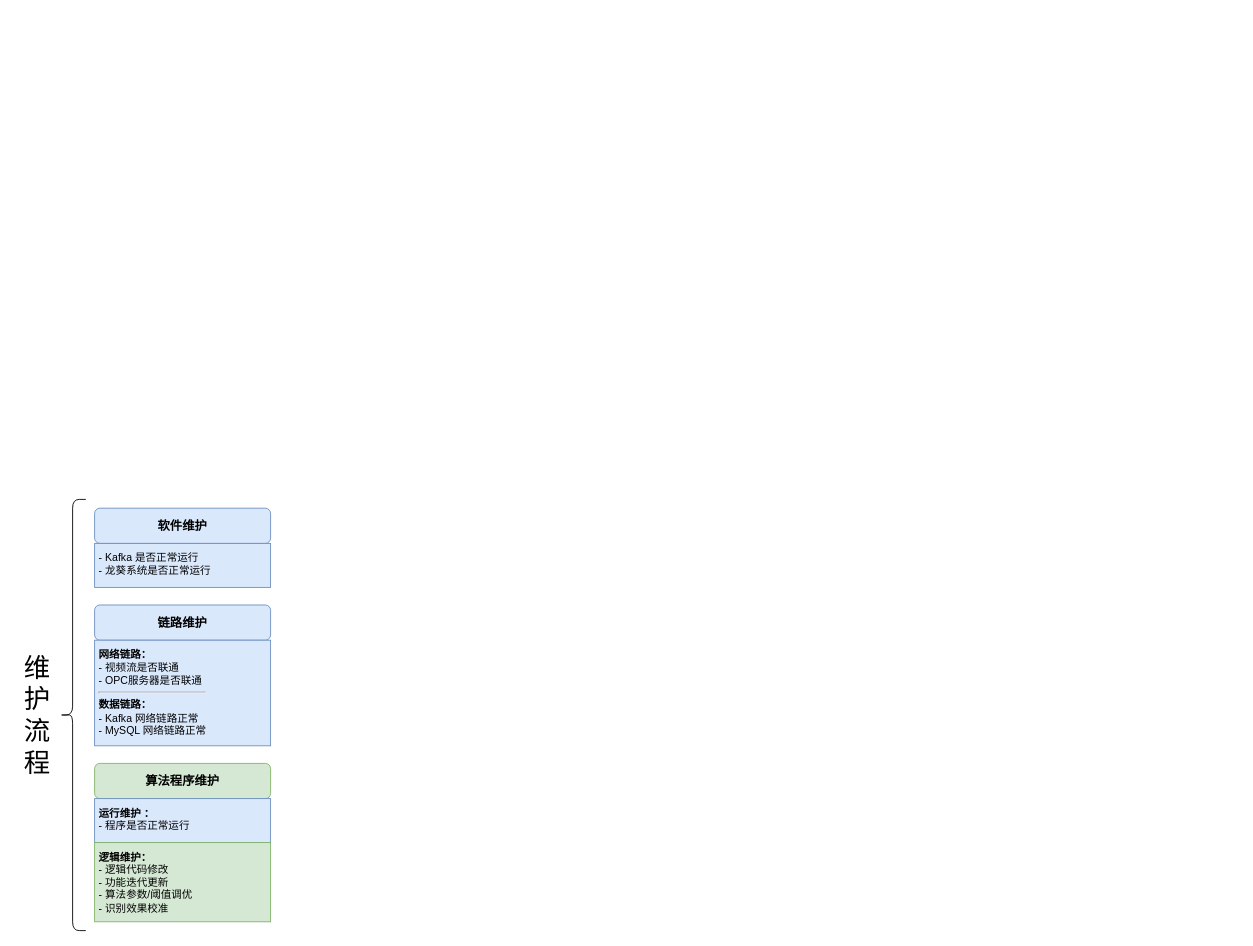
729973389/picture keeps this draw.io diagram as 实施流程图1.drawio. Above is the earlier version. Source tidied: cells renumbered, new cells numbered last; positions are measured from the earlier drawing's top-left corner, leaving out a move shared by most shapes. Both pictures are drawn from the tidied source at 88%, with x=0, y=0 at pixel (24, 499).
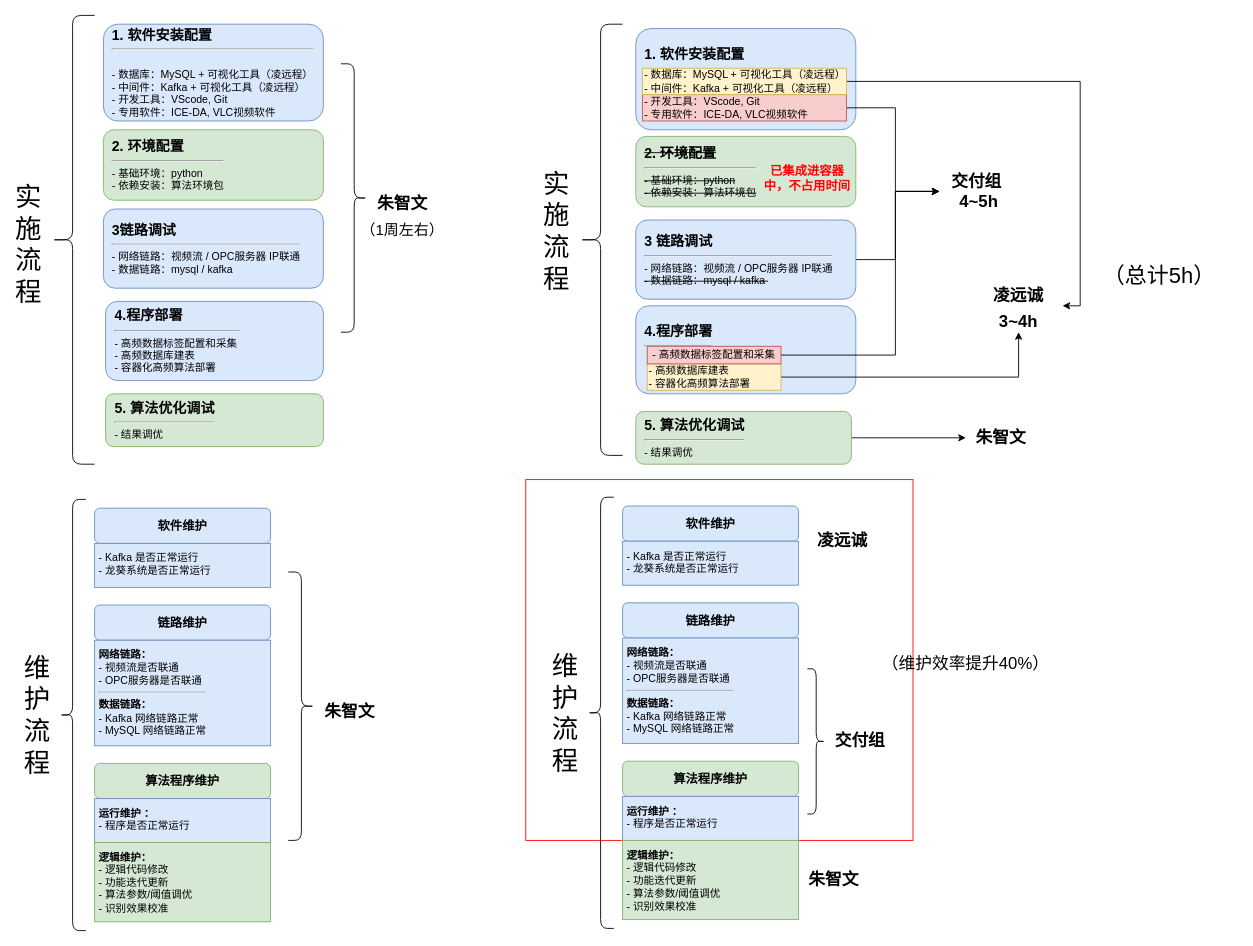
Above is the later version.

Commit message:
更新实施流程图1.drawio

The edit, as a diff of the source:
```diff
@@
+    <mxCell id="11" value="&lt;b&gt;&lt;font style=&quot;font-size: 16px;&quot;&gt;1. 软件安装配置&lt;/font&gt;&lt;/b&gt;&lt;br&gt;&lt;hr&gt;&lt;br&gt;&lt;br&gt;&lt;div&gt;&lt;br&gt;&lt;/div&gt;" style="rounded=1;whiteSpace=wrap;html=1;align=left;spacing=10;fillColor=#dae8fc;strokeColor=#6c8ebf;" parent="1" vertex="1">
+      <mxGeometry x="695" y="-535" width="250" height="115" as="geometry" />
+    </mxCell>
+    <mxCell id="12" value="&lt;strike&gt;&lt;b&gt;&lt;font style=&quot;font-size: 16px;&quot;&gt;2. 环境配置&lt;/font&gt;&lt;/b&gt;&lt;br&gt;&lt;/strike&gt;&lt;hr&gt;&lt;strike&gt;- 基础环境：python&lt;br&gt;- 依赖安装：算法环境包&lt;/strike&gt;" style="rounded=1;whiteSpace=wrap;html=1;align=left;spacing=10;fillColor=#d5e8d4;strokeColor=#82b366;" parent="1" vertex="1">
+      <mxGeometry x="695" y="-412.5" width="250" height="80" as="geometry" />
+    </mxCell>
+    <mxCell id="13" style="edgeStyle=orthogonalEdgeStyle;rounded=0;jettySize=auto;html=1;entryX=0;entryY=0.5;entryDx=0;entryDy=0;" parent="1" edge="1" source="14" target="20">
+      <mxGeometry relative="1" as="geometry">
+        <Array as="points">
+          <mxPoint x="990" y="-272" />
+          <mxPoint x="990" y="-350" />
+        </Array>
+      </mxGeometry>
+    </mxCell>
+    <mxCell id="14" value="&lt;b&gt;&lt;font style=&quot;font-size: 16px;&quot;&gt;3 链路调试&lt;/font&gt;&lt;/b&gt;&lt;br&gt;&lt;hr&gt;- 网络链路：视频流 / OPC服务器 IP联通&lt;div&gt;&lt;strike&gt;- 数据链路：mysql / kafka&amp;nbsp;&lt;/strike&gt;&lt;/div&gt;" style="rounded=1;whiteSpace=wrap;html=1;align=left;spacing=10;fillColor=#dae8fc;strokeColor=#6c8ebf;" parent="1" vertex="1">
+      <mxGeometry x="695" y="-317.5" width="250" height="90" as="geometry" />
+    </mxCell>
+    <mxCell id="15" value="&lt;b&gt;&lt;font style=&quot;font-size: 16px;&quot;&gt;4.程序部署&lt;/font&gt;&lt;/b&gt;&lt;br&gt;&lt;hr&gt;&amp;nbsp;&lt;br&gt;&lt;div&gt;&lt;span style=&quot;background-color: transparent; color: light-dark(rgb(0, 0, 0), rgb(255, 255, 255));&quot;&gt;&amp;nbsp;&lt;/span&gt;&lt;/div&gt;" style="rounded=1;whiteSpace=wrap;html=1;align=left;spacing=10;fillColor=#dae8fc;strokeColor=#6c8ebf;" parent="1" vertex="1">
+      <mxGeometry x="695" y="-220" width="250" height="100" as="geometry" />
+    </mxCell>
+    <mxCell id="16" style="edgeStyle=orthogonalEdgeStyle;rounded=0;jettySize=auto;html=1;entryX=0;entryY=0.5;entryDx=0;entryDy=0;" parent="1" edge="1" source="17" target="21">
+      <mxGeometry relative="1" as="geometry" />
+    </mxCell>
+    <mxCell id="17" value="&lt;b&gt;&lt;font style=&quot;font-size: 16px;&quot;&gt;5. 算法优化调试&lt;/font&gt;&lt;/b&gt;&lt;br&gt;&lt;hr&gt;- 结果调优" style="rounded=1;whiteSpace=wrap;html=1;align=left;spacing=10;fillColor=#d5e8d4;strokeColor=#82b366;" parent="1" vertex="1">
+      <mxGeometry x="695" y="-100" width="245" height="60" as="geometry" />
+    </mxCell>
+    <mxCell id="18" style="shape=curlyBracket;whiteSpace=wrap;html=1;rounded=1;labelPosition=left;verticalLabelPosition=middle;align=right;verticalAlign=middle;" parent="1" vertex="1">
+      <mxGeometry x="630" y="-540" width="50" height="490" as="geometry" />
+    </mxCell>
+    <mxCell id="19" value="&lt;font style=&quot;font-size: 30px;&quot;&gt;实施流程&lt;/font&gt;" style="text;html=1;whiteSpace=wrap;strokeColor=none;fillColor=none;align=center;verticalAlign=middle;rounded=0;" parent="1" vertex="1">
+      <mxGeometry x="590" y="-390" width="30" height="170" as="geometry" />
+    </mxCell>
+    <mxCell id="20" value="&lt;span style=&quot;font-size: 19px;&quot;&gt;&lt;b&gt;交付组&amp;nbsp; 4~5h&lt;/b&gt;&lt;/span&gt;" style="text;html=1;whiteSpace=wrap;strokeColor=none;fillColor=none;align=center;verticalAlign=middle;rounded=0;" parent="1" vertex="1">
+      <mxGeometry x="1040" y="-390" width="90" height="80" as="geometry" />
+    </mxCell>
+    <mxCell id="21" value="&lt;span style=&quot;font-size: 19px;&quot;&gt;&lt;b&gt;朱智文&lt;/b&gt;&lt;/span&gt;" style="text;html=1;whiteSpace=wrap;strokeColor=none;fillColor=none;align=center;verticalAlign=middle;rounded=0;" parent="1" vertex="1">
+      <mxGeometry x="1070" y="-110" width="80" height="80" as="geometry" />
+    </mxCell>
+    <mxCell id="22" value="&lt;b style=&quot;font-size: 12px;&quot;&gt;&lt;font style=&quot;font-size: 19px;&quot;&gt;凌远诚&lt;/font&gt;&lt;/b&gt;&lt;div&gt;&lt;b style=&quot;font-size: 12px;&quot;&gt;&lt;font style=&quot;font-size: 19px;&quot;&gt;3~4h&lt;/font&gt;&lt;/b&gt;&lt;/div&gt;" style="text;html=1;whiteSpace=wrap;strokeColor=none;fillColor=none;align=center;verticalAlign=middle;rounded=0;fontSize=25;" parent="1" vertex="1">
+      <mxGeometry x="1080" y="-250" width="100" height="60" as="geometry" />
+    </mxCell>
+    <mxCell id="23" style="edgeStyle=orthogonalEdgeStyle;rounded=0;jettySize=auto;html=1;entryX=1;entryY=0.5;entryDx=0;entryDy=0;exitX=1;exitY=0.5;exitDx=0;exitDy=0;" parent="1" edge="1" source="59" target="22">
+      <mxGeometry relative="1" as="geometry" />
+    </mxCell>
+    <mxCell id="24" style="edgeStyle=orthogonalEdgeStyle;rounded=0;jettySize=auto;html=1;entryX=0.5;entryY=1;entryDx=0;entryDy=0;exitX=1;exitY=0.5;exitDx=0;exitDy=0;" parent="1" edge="1" source="55" target="22">
+      <mxGeometry relative="1" as="geometry">
+        <Array as="points">
+          <mxPoint x="1130" y="-139" />
+        </Array>
+      </mxGeometry>
+    </mxCell>
+    <mxCell id="25" value="&lt;b style=&quot;&quot;&gt;&lt;font style=&quot;font-size: 14px; color: rgb(255, 0, 0);&quot;&gt;已集成进容器中，不占用时间&lt;/font&gt;&lt;/b&gt;" style="text;html=1;whiteSpace=wrap;strokeColor=none;fillColor=none;align=center;verticalAlign=middle;rounded=0;" parent="1" vertex="1">
+      <mxGeometry x="840" y="-405" width="100" height="80" as="geometry" />
+    </mxCell>
+    <mxCell id="26" value="&lt;b&gt;&lt;font style=&quot;font-size: 16px;&quot;&gt;1. 软件安装配置&lt;/font&gt;&lt;/b&gt;&lt;br&gt;&lt;hr&gt;&lt;br&gt;- 数据库：MySQL + 可视化工具（凌远程）&lt;br&gt;- 中间件：Kafka + 可视化工具（凌远程）&lt;div&gt;- 开发工具：VScode, Git&lt;br&gt;- 专用软件：ICE-DA, VLC视频软件&lt;/div&gt;" style="rounded=1;whiteSpace=wrap;html=1;align=left;spacing=10;fillColor=#dae8fc;strokeColor=#6c8ebf;" parent="1" vertex="1">
+      <mxGeometry x="90" y="-540" width="250" height="110" as="geometry" />
+    </mxCell>
+    <mxCell id="27" value="&lt;b&gt;&lt;font style=&quot;font-size: 16px;&quot;&gt;2. 环境配置&lt;/font&gt;&lt;/b&gt;&lt;br&gt;&lt;hr&gt;- 基础环境：python&lt;br&gt;- 依赖安装：算法环境包" style="rounded=1;whiteSpace=wrap;html=1;align=left;spacing=10;fillColor=#d5e8d4;strokeColor=#82b366;" parent="1" vertex="1">
+      <mxGeometry x="90" y="-420" width="250" height="80" as="geometry" />
+    </mxCell>
+    <mxCell id="28" value="&lt;b&gt;&lt;font style=&quot;font-size: 16px;&quot;&gt;3链路调试&lt;/font&gt;&lt;/b&gt;&lt;br&gt;&lt;hr&gt;- 网络链路：视频流 / OPC服务器 IP联通&lt;div&gt;- 数据链路：mysql / kafka&amp;nbsp;&lt;/div&gt;" style="rounded=1;whiteSpace=wrap;html=1;align=left;spacing=10;fillColor=#dae8fc;strokeColor=#6c8ebf;" parent="1" vertex="1">
+      <mxGeometry x="90" y="-330" width="250" height="90" as="geometry" />
+    </mxCell>
+    <mxCell id="29" value="&lt;b&gt;&lt;font style=&quot;font-size: 16px;&quot;&gt;4.程序部署&lt;/font&gt;&lt;/b&gt;&lt;br&gt;&lt;hr&gt;- 高频数据标签配置和采集&amp;nbsp;&lt;br&gt;&lt;div&gt;- 高频数据库建表&amp;nbsp; &amp;nbsp;&lt;br&gt;-&amp;nbsp;&lt;span style=&quot;background-color: transparent; color: light-dark(rgb(0, 0, 0), rgb(255, 255, 255));&quot;&gt;容器化&lt;/span&gt;&lt;span style=&quot;background-color: transparent; color: light-dark(rgb(0, 0, 0), rgb(255, 255, 255));&quot;&gt;高频算法部署&amp;nbsp;&amp;nbsp;&lt;/span&gt;&lt;/div&gt;" style="rounded=1;whiteSpace=wrap;html=1;align=left;spacing=10;fillColor=#dae8fc;strokeColor=#6c8ebf;" parent="1" vertex="1">
+      <mxGeometry x="92.5" y="-225" width="247.5" height="90" as="geometry" />
+    </mxCell>
+    <mxCell id="30" value="&lt;b&gt;&lt;font style=&quot;font-size: 16px;&quot;&gt;5. 算法优化调试&lt;/font&gt;&lt;/b&gt;&lt;br&gt;&lt;hr&gt;- 结果调优" style="rounded=1;whiteSpace=wrap;html=1;align=left;spacing=10;fillColor=#d5e8d4;strokeColor=#82b366;" parent="1" vertex="1">
+      <mxGeometry x="92.5" y="-120" width="247.5" height="60" as="geometry" />
+    </mxCell>
+    <mxCell id="31" style="shape=curlyBracket;whiteSpace=wrap;html=1;rounded=1;labelPosition=left;verticalLabelPosition=middle;align=right;verticalAlign=middle;" parent="1" vertex="1">
+      <mxGeometry x="30" y="-550" width="50" height="510" as="geometry" />
+    </mxCell>
+    <mxCell id="32" value="&lt;font style=&quot;font-size: 30px;&quot;&gt;实施流程&lt;/font&gt;" style="text;html=1;whiteSpace=wrap;strokeColor=none;fillColor=none;align=center;verticalAlign=middle;rounded=0;" parent="1" vertex="1">
+      <mxGeometry x="-10" y="-375" width="30" height="170" as="geometry" />
+    </mxCell>
+    <mxCell id="33" style="shape=curlyBracket;whiteSpace=wrap;html=1;rounded=1;flipH=1;labelPosition=right;verticalLabelPosition=middle;align=left;verticalAlign=middle;legacyAnchorPoints=0;" parent="1" vertex="1">
+      <mxGeometry x="300" y="82.5" width="30" height="305" as="geometry" />
+    </mxCell>
+    <mxCell id="34" value="&lt;span style=&quot;font-size: 19px;&quot;&gt;&lt;b&gt;朱智文&lt;/b&gt;&lt;/span&gt;&lt;div&gt;&lt;br&gt;&lt;/div&gt;" style="text;html=1;whiteSpace=wrap;strokeColor=none;fillColor=none;align=center;verticalAlign=middle;rounded=0;" parent="1" vertex="1">
+      <mxGeometry x="330" y="227.5" width="80" height="42.5" as="geometry" />
+    </mxCell>
+    <mxCell id="35" value="&lt;font&gt;（总计5h）&lt;/font&gt;" style="text;html=1;whiteSpace=wrap;strokeColor=none;fillColor=none;align=center;verticalAlign=middle;rounded=0;fontSize=25;" parent="1" vertex="1">
+      <mxGeometry x="1200" y="-282.5" width="180" height="55" as="geometry" />
+    </mxCell>
+    <mxCell id="36" style="rounded=0;whiteSpace=wrap;html=1;fillStyle=auto;fillColor=none;strokeColor=#FF0000;" parent="1" vertex="1">
+      <mxGeometry x="570" y="-22.5" width="440" height="410" as="geometry" />
+    </mxCell>
+    <mxCell id="37" value="软件维护" style="rounded=1;whiteSpace=wrap;html=1;fontStyle=1;fontSize=14;fillColor=#dae8fc;strokeColor=#6c8ebf;" parent="1" vertex="1">
+      <mxGeometry x="680" y="7.5" width="200" height="40" as="geometry" />
+    </mxCell>
+    <mxCell id="38" value="- Kafka 是否正常运行&lt;br&gt;- 龙葵系统是否正常运行" style="text;html=1;align=left;verticalAlign=top;whiteSpace=wrap;rounded=0;spacing=5;fillColor=#dae8fc;strokeColor=#6c8ebf;" parent="1" vertex="1">
+      <mxGeometry x="680" y="47.5" width="200" height="50" as="geometry" />
+    </mxCell>
+    <mxCell id="39" value="链路维护" style="rounded=1;whiteSpace=wrap;html=1;fontStyle=1;fontSize=14;fillColor=#dae8fc;strokeColor=#6c8ebf;" parent="1" vertex="1">
+      <mxGeometry x="680" y="117.5" width="200" height="40" as="geometry" />
+    </mxCell>
+    <mxCell id="40" value="&lt;b&gt;网络链路：&lt;/b&gt;&lt;br&gt;- 视频流是否联通&lt;br&gt;- OPC服务器是否联通&lt;br&gt;&lt;hr&gt;&lt;b&gt;数据链路：&lt;/b&gt;&lt;br&gt;- Kafka 网络链路正常&lt;br&gt;- MySQL 网络链路正常" style="text;html=1;align=left;verticalAlign=top;whiteSpace=wrap;rounded=0;spacing=5;fillColor=#dae8fc;strokeColor=#6c8ebf;" parent="1" vertex="1">
+      <mxGeometry x="680" y="157.5" width="200" height="120" as="geometry" />
+    </mxCell>
+    <mxCell id="41" value="算法程序维护" style="rounded=1;whiteSpace=wrap;html=1;fillColor=#d5e8d4;strokeColor=#82b366;fontStyle=1;fontSize=14;" parent="1" vertex="1">
+      <mxGeometry x="680" y="297.5" width="200" height="40" as="geometry" />
+    </mxCell>
+    <mxCell id="42" value="&lt;b&gt;运行维护 ：&lt;/b&gt;&lt;br&gt;- 程序是否正常运行" style="text;html=1;strokeColor=#6c8ebf;fillColor=#dae8fc;align=left;verticalAlign=top;whiteSpace=wrap;rounded=0;spacing=5;" parent="1" vertex="1">
+      <mxGeometry x="680" y="337.5" width="200" height="50" as="geometry" />
+    </mxCell>
+    <mxCell id="43" value="&lt;div&gt;&lt;b style=&quot;background-color: transparent; color: light-dark(rgb(0, 0, 0), rgb(255, 255, 255));&quot;&gt;逻辑维护：&lt;/b&gt;&lt;/div&gt;&lt;div&gt;- 逻辑代码修改&lt;/div&gt;&lt;div&gt;- 功能迭代更新&lt;/div&gt;&lt;div&gt;- 算法参数/阈值调优&lt;/div&gt;&lt;div&gt;- 识别效果校准&lt;/div&gt;" style="text;html=1;strokeColor=#82b366;fillColor=#d5e8d4;align=left;verticalAlign=top;whiteSpace=wrap;rounded=0;spacing=5;" parent="1" vertex="1">
+      <mxGeometry x="680" y="387.5" width="200" height="90" as="geometry" />
+    </mxCell>
+    <mxCell id="44" style="shape=curlyBracket;whiteSpace=wrap;html=1;rounded=1;labelPosition=left;verticalLabelPosition=middle;align=right;verticalAlign=middle;" parent="1" vertex="1">
+      <mxGeometry x="640" y="-2.5" width="30" height="490" as="geometry" />
+    </mxCell>
+    <mxCell id="45" value="&lt;font style=&quot;font-size: 30px;&quot;&gt;维护流程&lt;/font&gt;" style="text;html=1;whiteSpace=wrap;strokeColor=none;fillColor=none;align=center;verticalAlign=middle;rounded=0;" parent="1" vertex="1">
+      <mxGeometry x="600" y="137.5" width="30" height="210" as="geometry" />
+    </mxCell>
+    <mxCell id="46" value="&lt;b&gt;&lt;font style=&quot;font-size: 19px;&quot;&gt;凌远诚&lt;/font&gt;&lt;/b&gt;" style="text;html=1;whiteSpace=wrap;strokeColor=none;fillColor=none;align=center;verticalAlign=middle;rounded=0;" parent="1" vertex="1">
+      <mxGeometry x="840" y="7.5" width="180" height="80" as="geometry" />
+    </mxCell>
+    <mxCell id="47" value="&lt;span style=&quot;font-size: 19px;&quot;&gt;&lt;b&gt;交付组&lt;/b&gt;&lt;/span&gt;" style="text;html=1;whiteSpace=wrap;strokeColor=none;fillColor=none;align=center;verticalAlign=middle;rounded=0;" parent="1" vertex="1">
+      <mxGeometry x="860" y="235" width="180" height="80" as="geometry" />
+    </mxCell>
+    <mxCell id="48" value="&lt;span style=&quot;font-size: 19px;&quot;&gt;&lt;b&gt;朱智文&lt;/b&gt;&lt;/span&gt;" style="text;html=1;whiteSpace=wrap;strokeColor=none;fillColor=none;align=center;verticalAlign=middle;rounded=0;" parent="1" vertex="1">
+      <mxGeometry x="830" y="392.5" width="180" height="80" as="geometry" />
+    </mxCell>
+    <mxCell id="49" value="&lt;font style=&quot;font-size: 19px;&quot;&gt;（维护效率提升40%）&lt;/font&gt;" style="text;html=1;whiteSpace=wrap;strokeColor=none;fillColor=none;align=center;verticalAlign=middle;rounded=0;fontSize=25;" parent="1" vertex="1">
+      <mxGeometry x="960" y="155" width="220" height="55" as="geometry" />
+    </mxCell>
+    <mxCell id="50" style="shape=curlyBracket;whiteSpace=wrap;html=1;rounded=1;flipH=1;labelPosition=right;verticalLabelPosition=middle;align=left;verticalAlign=middle;legacyAnchorPoints=0;size=0.5;" parent="1" vertex="1">
+      <mxGeometry x="890" y="192.5" width="20" height="165" as="geometry" />
+    </mxCell>
+    <mxCell id="51" style="shape=curlyBracket;whiteSpace=wrap;html=1;rounded=1;flipH=1;labelPosition=right;verticalLabelPosition=middle;align=left;verticalAlign=middle;legacyAnchorPoints=0;" parent="1" vertex="1">
+      <mxGeometry x="360" y="-495" width="30" height="305" as="geometry" />
+    </mxCell>
+    <mxCell id="52" value="&lt;span style=&quot;font-size: 19px;&quot;&gt;&lt;b&gt;朱智文&lt;/b&gt;&lt;/span&gt;&lt;div&gt;&lt;br&gt;&lt;/div&gt;" style="text;html=1;whiteSpace=wrap;strokeColor=none;fillColor=none;align=center;verticalAlign=middle;rounded=0;" parent="1" vertex="1">
+      <mxGeometry x="390" y="-350" width="80" height="42.5" as="geometry" />
+    </mxCell>
+    <mxCell id="53" value="&lt;font style=&quot;font-size: 17px;&quot;&gt;（1周左右）&lt;/font&gt;" style="text;html=1;whiteSpace=wrap;strokeColor=none;fillColor=none;align=center;verticalAlign=middle;rounded=0;fontSize=25;" parent="1" vertex="1">
+      <mxGeometry x="340" y="-337.5" width="180" height="55" as="geometry" />
+    </mxCell>
+    <mxCell id="54" style="endArrow=classic;html=1;rounded=0;edgeStyle=orthogonalEdgeStyle;entryX=0;entryY=0.5;entryDx=0;entryDy=0;exitX=1;exitY=0.5;exitDx=0;exitDy=0;" parent="1" edge="1" source="56" target="20">
+      <mxGeometry relative="1" as="geometry">
+        <Array as="points">
+          <mxPoint x="990" y="-164" />
+          <mxPoint x="990" y="-350" />
+        </Array>
+      </mxGeometry>
+    </mxCell>
+    <mxCell id="55" value="&lt;span style=&quot;&quot;&gt;- 高频数据库建表&amp;nbsp; &amp;nbsp;&lt;/span&gt;&lt;br style=&quot;&quot;&gt;&lt;span style=&quot;&quot;&gt;-&amp;nbsp;&lt;/span&gt;&lt;span style=&quot;color: light-dark(rgb(0, 0, 0), rgb(255, 255, 255)); background-color: transparent;&quot;&gt;容器化&lt;/span&gt;&lt;span style=&quot;color: light-dark(rgb(0, 0, 0), rgb(255, 255, 255)); background-color: transparent;&quot;&gt;高频算法部署&amp;nbsp;&lt;/span&gt;" style="rounded=0;whiteSpace=wrap;html=1;fillColor=#fff2cc;strokeColor=#d6b656;align=left;" parent="1" vertex="1">
+      <mxGeometry x="708" y="-154" width="152" height="30" as="geometry" />
+    </mxCell>
+    <mxCell id="56" value="&lt;span style=&quot;text-align: left;&quot;&gt;- 高频数据标签配置和采集&lt;/span&gt;" style="rounded=0;whiteSpace=wrap;html=1;fillColor=#f8cecc;strokeColor=#b85450;" parent="1" vertex="1">
+      <mxGeometry x="708" y="-174" width="152" height="20" as="geometry" />
+    </mxCell>
+    <mxCell id="57" style="edgeStyle=orthogonalEdgeStyle;rounded=0;jettySize=auto;html=1;entryX=0;entryY=0.5;entryDx=0;entryDy=0;" parent="1" edge="1" source="58" target="20">
+      <mxGeometry relative="1" as="geometry">
+        <Array as="points">
+          <mxPoint x="990" y="-445" />
+          <mxPoint x="990" y="-350" />
+        </Array>
+      </mxGeometry>
+    </mxCell>
+    <mxCell id="58" value="&lt;span style=&quot;&quot;&gt;- 开发工具：VScode, Git&lt;/span&gt;&lt;br style=&quot;&quot;&gt;&lt;span style=&quot;&quot;&gt;- 专用软件：ICE-DA, VLC视频软件&lt;/span&gt;" style="rounded=0;whiteSpace=wrap;html=1;fillColor=#f8cecc;strokeColor=#b85450;align=left;" parent="1" vertex="1">
+      <mxGeometry x="702.5" y="-460" width="232" height="30" as="geometry" />
+    </mxCell>
+    <mxCell id="59" value="- 数据库：MySQL + 可视化工具（凌远程）&lt;br&gt;- 中间件：Kafka + 可视化工具（凌远程）" style="rounded=0;whiteSpace=wrap;html=1;fillColor=#fff2cc;strokeColor=#d6b656;align=left;" parent="1" vertex="1">
+      <mxGeometry x="702.5" y="-490" width="232" height="30" as="geometry" />
+    </mxCell>
```
